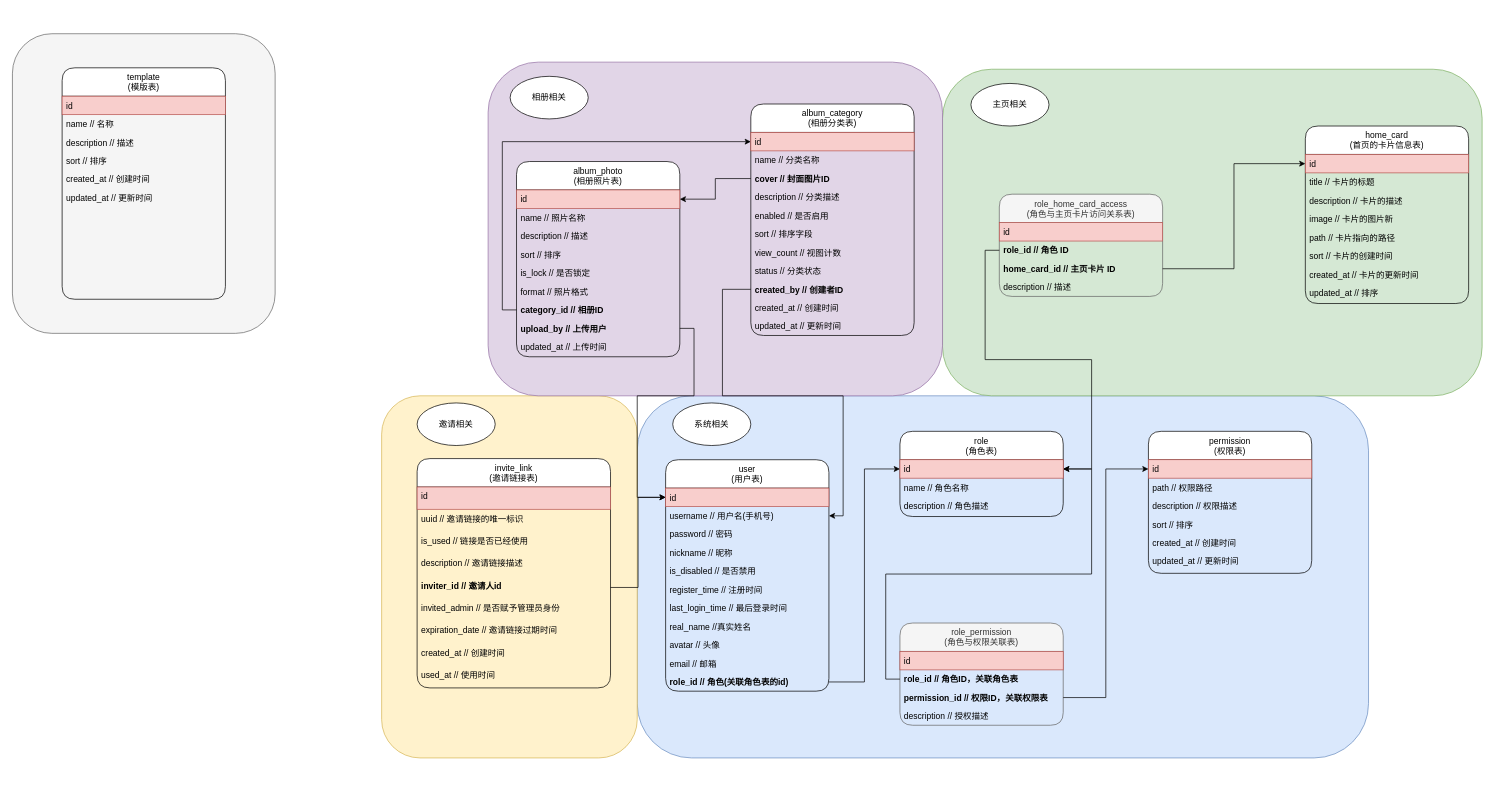
This is sql/view/DBRelationshipView.drawio from Ledgerbiggg/family-web, a draw.io file, before an edit. Source tidied: cells renumbered, new cells numbered last; positions are measured from the earlier drawing's top-left corner, leaving out a move shared by most shapes. Both pictures are drawn from the tidied source at 71%, with x=0, y=0 at pixel (12, 33).
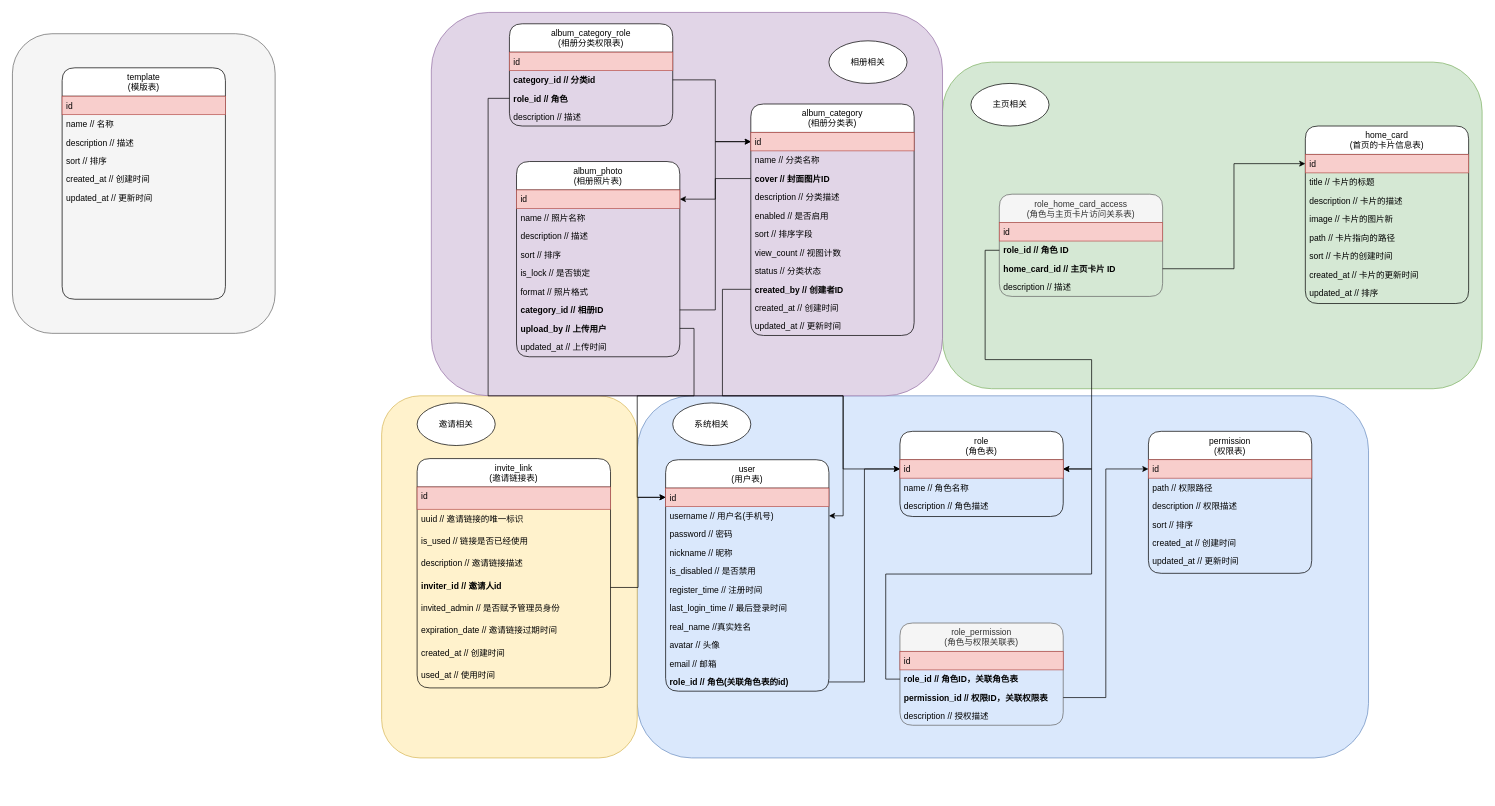
Above is the later version.

The change refers to these unchanged cells:
```xml
<mxCell id="17" value="id                                 " style="text;align=left;verticalAlign=top;spacingLeft=4;spacingRight=4;overflow=hidden;points=[[0,0.5],[1,0.5]];portConstraint=eastwest;fontSize=12;fillColor=#f8cecc;strokeColor=#b85450;" parent="16" vertex="1">
  <mxGeometry y="40" width="230" height="26" as="geometry" />
</mxCell>
<mxCell id="78" value="id                                 " style="text;align=left;verticalAlign=top;spacingLeft=4;spacingRight=4;overflow=hidden;points=[[0,0.5],[1,0.5]];portConstraint=eastwest;fontSize=12;fillColor=#f8cecc;strokeColor=#b85450;" parent="77" vertex="1">
  <mxGeometry y="40" width="230" height="26" as="geometry" />
</mxCell>
<mxCell id="98" value="category_id // 相册ID" style="text;align=left;verticalAlign=top;spacingLeft=4;spacingRight=4;overflow=hidden;points=[[0,0.5],[1,0.5]];portConstraint=eastwest;fontSize=12;fontStyle=1;" parent="91" vertex="1">
  <mxGeometry y="196" width="230" height="26" as="geometry" />
</mxCell>
```

What changed in the source:
```diff
@@
     <mxCell id="57" style="rounded=1;whiteSpace=wrap;html=1;fillColor=#d5e8d4;strokeColor=#82b366;" parent="1" vertex="1">
-      <mxGeometry x="1310" y="50" width="760" height="460" as="geometry" />
+      <mxGeometry x="1310" y="40" width="760" height="460" as="geometry" />
     </mxCell>
@@
     <mxCell id="75" style="rounded=1;whiteSpace=wrap;html=1;fillColor=#e1d5e7;strokeColor=#9673a6;" parent="1" vertex="1">
-      <mxGeometry x="670" y="40" width="640" height="470" as="geometry" />
+      <mxGeometry x="590" y="-30" width="720" height="540" as="geometry" />
     </mxCell>
     <mxCell id="76" value="相册相关" style="ellipse;whiteSpace=wrap;html=1;" parent="1" vertex="1">
-      <mxGeometry x="701" y="60" width="110" height="60" as="geometry" />
+      <mxGeometry x="1150" y="10" width="110" height="60" as="geometry" />
     </mxCell>
@@
+    <mxCell id="104" value="album_category_role&#10;(相册分类权限表)" style="swimlane;fontStyle=0;align=center;verticalAlign=top;horizontal=1;startSize=40;rounded=1;shadow=0;strokeWidth=1;glass=0;" parent="1" vertex="1">
+      <mxGeometry x="700" y="-14" width="230" height="144" as="geometry" />
+    </mxCell>
+    <mxCell id="105" value="id                                 " style="text;align=left;verticalAlign=top;spacingLeft=4;spacingRight=4;overflow=hidden;fontSize=12;fillColor=#f8cecc;strokeColor=#b85450;" parent="104" vertex="1">
+      <mxGeometry y="40" width="230" height="26" as="geometry" />
+    </mxCell>
+    <mxCell id="106" value="category_id // 分类id" style="text;align=left;verticalAlign=top;spacingLeft=4;spacingRight=4;overflow=hidden;points=[[0,0.5],[1,0.5]];portConstraint=eastwest;fontSize=12;fontStyle=1;" parent="104" vertex="1">
+      <mxGeometry y="66" width="230" height="26" as="geometry" />
+    </mxCell>
+    <mxCell id="107" value="role_id // 角色" style="text;align=left;verticalAlign=top;spacingLeft=4;spacingRight=4;overflow=hidden;points=[[0,0.5],[1,0.5]];portConstraint=eastwest;fontSize=12;fontStyle=1;" parent="104" vertex="1">
+      <mxGeometry y="92" width="230" height="26" as="geometry" />
+    </mxCell>
+    <mxCell id="108" value="description // 描述" style="text;align=left;verticalAlign=top;spacingLeft=4;spacingRight=4;overflow=hidden;fontSize=12;" parent="104" vertex="1">
+      <mxGeometry y="118" width="230" height="26" as="geometry" />
+    </mxCell>
+    <mxCell id="109" style="edgeStyle=orthogonalEdgeStyle;rounded=0;jettySize=auto;html=1;" parent="1" edge="1" source="106" target="78">
+      <mxGeometry relative="1" as="geometry">
+        <Array as="points">
+          <mxPoint x="990" y="65" />
+          <mxPoint x="990" y="152" />
+        </Array>
+      </mxGeometry>
+    </mxCell>
+    <mxCell id="110" style="edgeStyle=orthogonalEdgeStyle;rounded=0;jettySize=auto;html=1;" parent="1" edge="1" source="107" target="17">
+      <mxGeometry relative="1" as="geometry">
+        <Array as="points">
+          <mxPoint x="670" y="91" />
+          <mxPoint x="670" y="510" />
+          <mxPoint x="1170" y="510" />
+          <mxPoint x="1170" y="613" />
+        </Array>
+      </mxGeometry>
+    </mxCell>
     <mxCell id="103" style="edgeStyle=orthogonalEdgeStyle;rounded=0;jettySize=auto;html=1;" parent="1" edge="1" source="98" target="78">
       <mxGeometry relative="1" as="geometry">
         <Array as="points">
-          <mxPoint x="690" y="389" />
-          <mxPoint x="690" y="152" />
+          <mxPoint x="990" y="389" />
+          <mxPoint x="990" y="152" />
         </Array>
       </mxGeometry>
     </mxCell>
```
